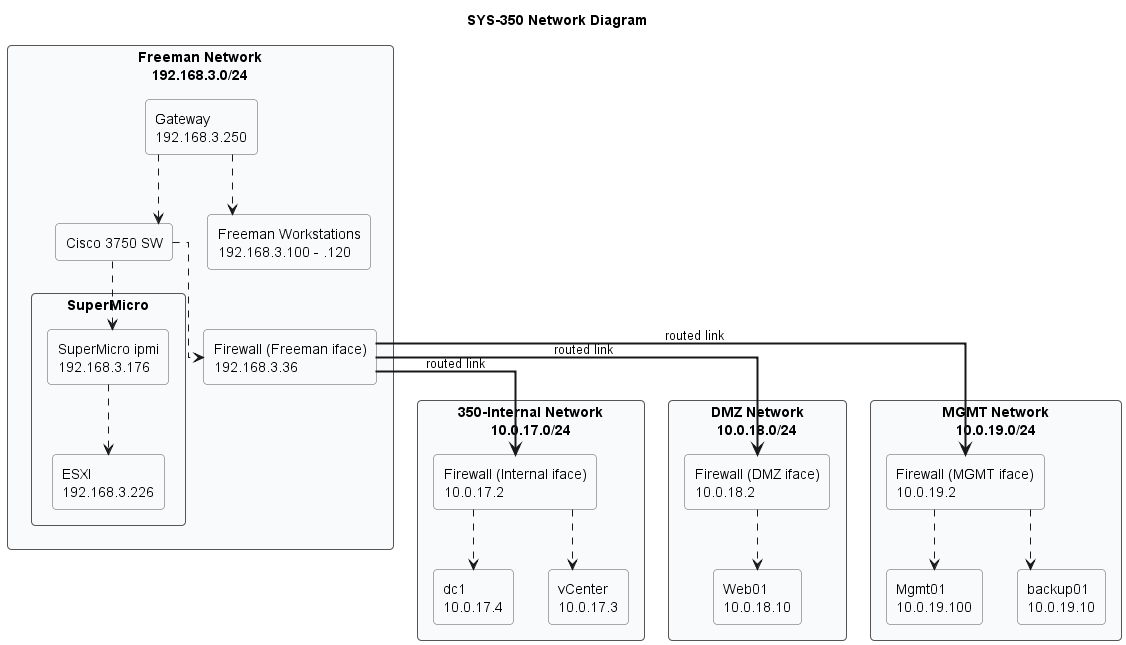
Earlier version of the PlantUML export SYS-350/out/SYS-350/FreemanNetwork.png (devinziegler/Devin-Tech-Journal). Source of this version:
```plantuml
@startuml FreemanNetwork
skinparam linetype ortho
skinparam rectangle {
  BackgroundColor #f9fafb
  BorderColor #555
  RoundCorner 8
}

title SYS-350 Network Diagram

rectangle "Freeman Network\n192.168.3.0/24" as FREEMAN {
  rectangle "Gateway\n192.168.3.250" as GW
  rectangle "Cisco 3750 SW" as SW
  rectangle "Firewall (Freeman iface)\n192.168.3.36" as LINK_FREEMAN
  rectangle "Freeman Workstations\n192.168.3.100 - .120" as WS
    rectangle "SuperMicro" as SERVER {
        rectangle "SuperMicro ipmi\n192.168.3.176" as IPMI
        rectangle "ESXI\n192.168.3.226" as ESXI
    }
}

rectangle "350-Internal Network\n10.0.17.0/24" as LAN_INTERNAL {
  rectangle "Firewall (Internal iface)\n10.0.17.2" as LINK_INTERNAL
  rectangle "dc1\n10.0.17.4" as DC1
  rectangle "vCenter\n10.0.17.3" as vCenter
}

rectangle "DMZ Network\n10.0.18.0/24" as DMZ_INTERNAL {
  rectangle "Firewall (DMZ iface)\n10.0.18.2" as LINK_DMZ
  rectangle "Web01\n10.0.18.10" as web01
}

rectangle "MGMT Network\n10.0.19.0/24" as MGMT_INTERNAL {
  rectangle "Firewall (MGMT iface)\n10.0.19.2" as LINK_MGMT
  rectangle "Mgmt01\n10.0.19.100" as mgmt
  rectangle "backup01\n10.0.19.10"as backup01
}



SW -[dashed]-> LINK_FREEMAN
SW -[dashed]-> IPMI
GW -[dashed]-> SW
GW -[dashed]-> WS
IPMI -[dashed]-> ESXI

LINK_FREEMAN -[bold]-> LINK_INTERNAL : routed link
LINK_FREEMAN -[bold]-> LINK_DMZ : routed link
LINK_FREEMAN -[bold]-> LINK_MGMT : routed link

LINK_INTERNAL -[dashed]-> DC1
LINK_INTERNAL -[dashed]-> vCenter

LINK_DMZ -[dashed]-> web01

LINK_MGMT -[dashed]-> mgmt
LINK_MGMT -[dashed]-> backup01




@enduml
```
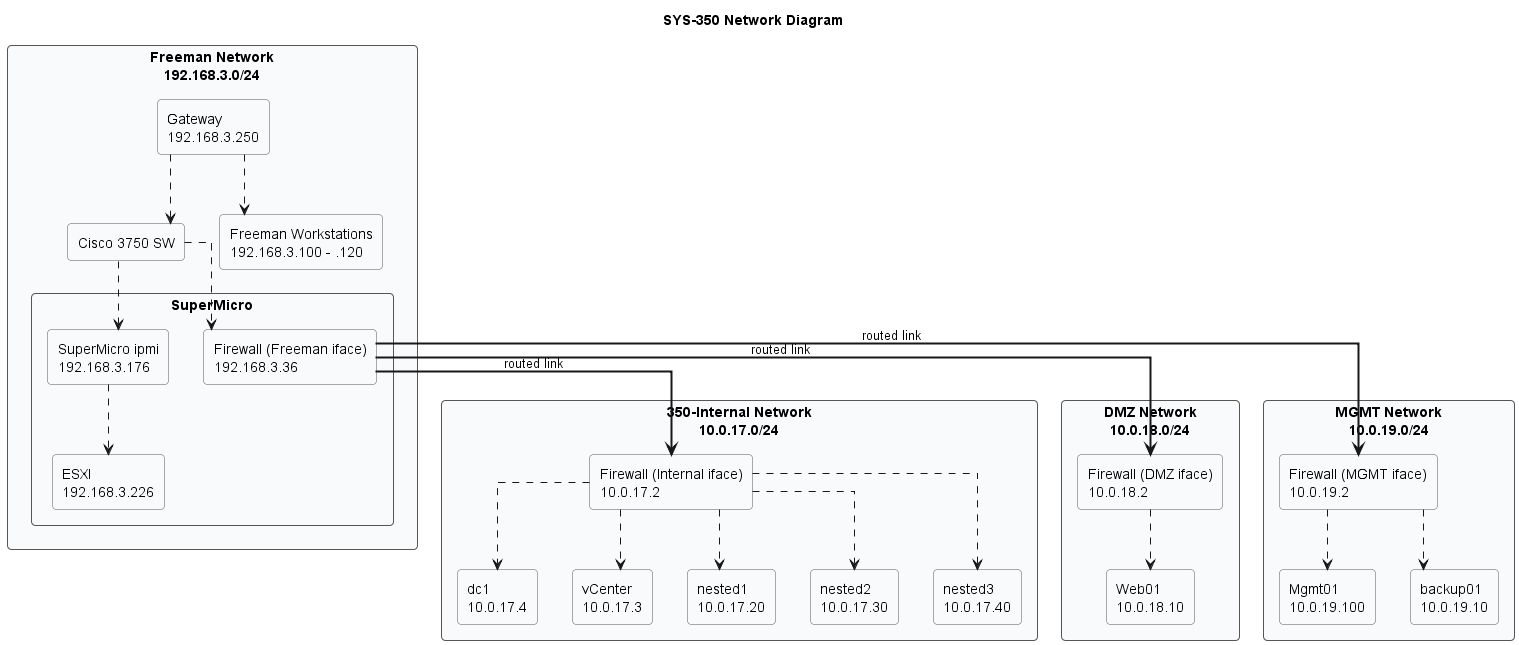
After the change.

Commit message:
Completed Milestone 4 & updated Network Diagram

Diff of the diagram source:
```diff
@@ -11,11 +11,12 @@
 rectangle "Freeman Network\n192.168.3.0/24" as FREEMAN {
   rectangle "Gateway\n192.168.3.250" as GW
   rectangle "Cisco 3750 SW" as SW
-  rectangle "Firewall (Freeman iface)\n192.168.3.36" as LINK_FREEMAN
+
   rectangle "Freeman Workstations\n192.168.3.100 - .120" as WS
     rectangle "SuperMicro" as SERVER {
         rectangle "SuperMicro ipmi\n192.168.3.176" as IPMI
         rectangle "ESXI\n192.168.3.226" as ESXI
+        rectangle "Firewall (Freeman iface)\n192.168.3.36" as LINK_FREEMAN
     }
 }
 
@@ -23,6 +24,9 @@
   rectangle "Firewall (Internal iface)\n10.0.17.2" as LINK_INTERNAL
   rectangle "dc1\n10.0.17.4" as DC1
   rectangle "vCenter\n10.0.17.3" as vCenter
+  rectangle "nested1\n10.0.17.20" as nested1
+  rectangle "nested2\n10.0.17.30" as nested2
+  rectangle "nested3\n10.0.17.40" as nested3
 }
 
 rectangle "DMZ Network\n10.0.18.0/24" as DMZ_INTERNAL {
@@ -50,6 +54,9 @@
 
 LINK_INTERNAL -[dashed]-> DC1
 LINK_INTERNAL -[dashed]-> vCenter
+LINK_INTERNAL -[dashed]-> nested1
+LINK_INTERNAL -[dashed]-> nested2
+LINK_INTERNAL -[dashed]-> nested3
 
 LINK_DMZ -[dashed]-> web01
 
```
